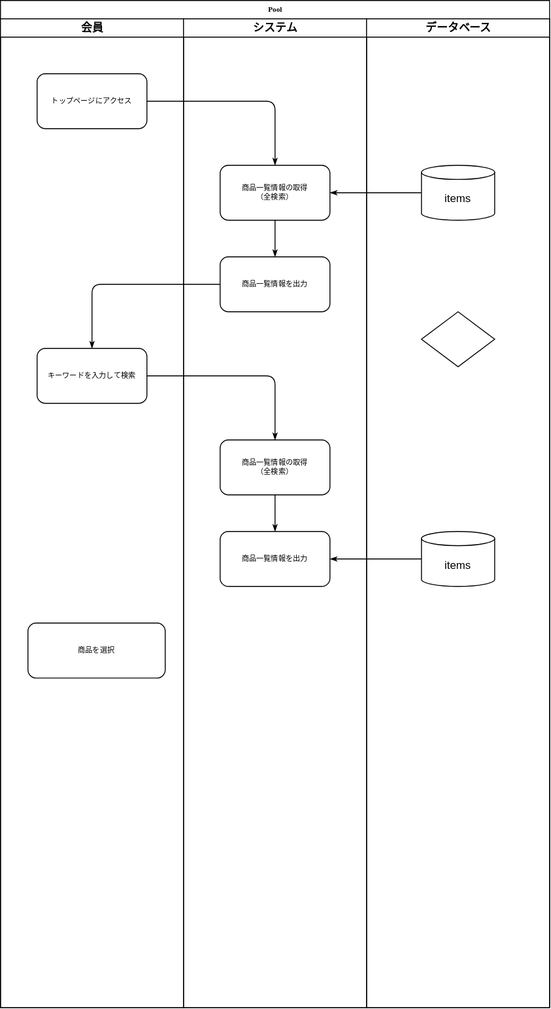
The draw.io diagram documents/30_内部設計/ログイン処理.svg in la-java-silicon-2021/shopping-doc, before a commit. Source tidied: cells renumbered, new cells last; positions are measured from the earlier drawing's top-left corner, leaving out a move shared by most shapes.
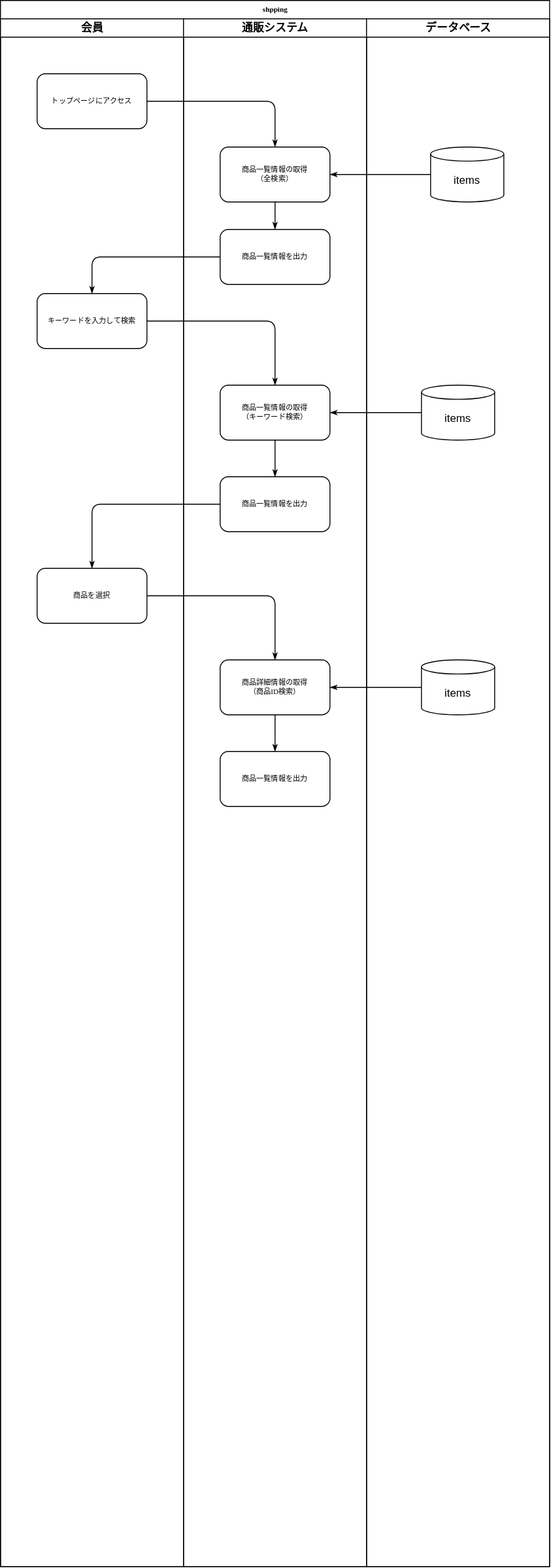
After the change.

Commit message:
ログイン処理.svg を更新します

The edit, as a diff of the source:
```diff
@@ -2,68 +2,86 @@
   <root>
     <mxCell id="0" />
     <mxCell id="1" parent="0" />
-    <mxCell id="2" value="Pool" style="swimlane;html=1;startSize=20;rounded=0;shadow=0;labelBackgroundColor=none;strokeWidth=1;fontFamily=Verdana;fontSize=8;align=center;" parent="1" vertex="1">
-      <mxGeometry width="600" height="1100" as="geometry" />
+    <mxCell id="2" value="shpping" style="swimlane;html=1;startSize=20;rounded=0;shadow=0;labelBackgroundColor=none;strokeWidth=1;fontFamily=Verdana;fontSize=8;align=center;" parent="1" vertex="1">
+      <mxGeometry width="600" height="1710" as="geometry" />
     </mxCell>
+    <mxCell id="7" style="edgeStyle=orthogonalEdgeStyle;rounded=1;html=1;labelBackgroundColor=none;startArrow=none;startFill=0;startSize=5;endArrow=classicThin;endFill=1;endSize=5;jettySize=auto;strokeWidth=1;fontFamily=Verdana;fontSize=8;entryX=0.5;entryY=0;entryDx=0;entryDy=0;exitX=1;exitY=0.5;exitDx=0;exitDy=0;" parent="2" edge="1" source="4" target="10">
+      <mxGeometry relative="1" as="geometry" />
+    </mxCell>
+    <mxCell id="8" style="edgeStyle=orthogonalEdgeStyle;rounded=1;html=1;labelBackgroundColor=none;startArrow=none;startFill=0;startSize=5;endArrow=classicThin;endFill=1;endSize=5;jettySize=auto;strokeWidth=1;fontFamily=Verdana;fontSize=8;" parent="2" edge="1" source="18" target="10">
+      <mxGeometry relative="1" as="geometry" />
+    </mxCell>
     <mxCell id="3" value="会員" style="swimlane;html=1;startSize=20;" parent="2" vertex="1">
-      <mxGeometry y="20" width="200" height="1080" as="geometry" />
+      <mxGeometry y="20" width="200" height="1690" as="geometry" />
     </mxCell>
     <mxCell id="4" value="トップページにアクセス" style="rounded=1;whiteSpace=wrap;html=1;shadow=0;labelBackgroundColor=none;strokeWidth=1;fontFamily=Verdana;fontSize=8;align=center;" parent="3" vertex="1">
       <mxGeometry x="40" y="60" width="120" height="60" as="geometry" />
     </mxCell>
     <mxCell id="5" value="キーワードを入力して検索" style="rounded=1;whiteSpace=wrap;html=1;shadow=0;labelBackgroundColor=none;strokeWidth=1;fontFamily=Verdana;fontSize=8;align=center;" parent="3" vertex="1">
-      <mxGeometry x="40" y="360" width="120" height="60" as="geometry" />
+      <mxGeometry x="40" y="300" width="120" height="60" as="geometry" />
     </mxCell>
     <mxCell id="6" value="商品を選択" style="rounded=1;whiteSpace=wrap;html=1;shadow=0;labelBackgroundColor=none;strokeWidth=1;fontFamily=Verdana;fontSize=8;align=center;" parent="3" vertex="1">
-      <mxGeometry x="30" y="660" width="150" height="60" as="geometry" />
+      <mxGeometry x="40" y="600" width="120" height="60" as="geometry" />
     </mxCell>
-    <mxCell id="7" style="edgeStyle=orthogonalEdgeStyle;rounded=1;html=1;labelBackgroundColor=none;startArrow=none;startFill=0;startSize=5;endArrow=classicThin;endFill=1;endSize=5;jettySize=auto;strokeWidth=1;fontFamily=Verdana;fontSize=8;entryX=0.5;entryY=0;entryDx=0;entryDy=0;exitX=1;exitY=0.5;exitDx=0;exitDy=0;" parent="2" edge="1" source="4" target="10">
-      <mxGeometry relative="1" as="geometry" />
-    </mxCell>
-    <mxCell id="8" style="edgeStyle=orthogonalEdgeStyle;rounded=1;html=1;labelBackgroundColor=none;startArrow=none;startFill=0;startSize=5;endArrow=classicThin;endFill=1;endSize=5;jettySize=auto;strokeWidth=1;fontFamily=Verdana;fontSize=8;" parent="2" edge="1" source="18" target="10">
-      <mxGeometry relative="1" as="geometry" />
-    </mxCell>
-    <mxCell id="9" value="システム" style="swimlane;html=1;startSize=20;" parent="2" vertex="1">
-      <mxGeometry x="200" y="20" width="200" height="1080" as="geometry" />
+    <mxCell id="9" value="通販システム" style="swimlane;html=1;startSize=20;" parent="2" vertex="1">
+      <mxGeometry x="200" y="20" width="200" height="1690" as="geometry" />
     </mxCell>
     <mxCell id="10" value="商品一覧情報の取得&lt;br&gt;（全検索）" style="rounded=1;whiteSpace=wrap;html=1;shadow=0;labelBackgroundColor=none;strokeWidth=1;fontFamily=Verdana;fontSize=8;align=center;" parent="9" vertex="1">
-      <mxGeometry x="40" y="160" width="120" height="60" as="geometry" />
+      <mxGeometry x="40" y="140" width="120" height="60" as="geometry" />
     </mxCell>
     <mxCell id="11" value="商品一覧情報を出力" style="rounded=1;whiteSpace=wrap;html=1;shadow=0;labelBackgroundColor=none;strokeWidth=1;fontFamily=Verdana;fontSize=8;align=center;" parent="9" vertex="1">
-      <mxGeometry x="40" y="260" width="120" height="60" as="geometry" />
+      <mxGeometry x="40" y="230" width="120" height="60" as="geometry" />
     </mxCell>
     <mxCell id="12" style="edgeStyle=orthogonalEdgeStyle;rounded=1;html=1;labelBackgroundColor=none;startArrow=none;startFill=0;startSize=5;endArrow=classicThin;endFill=1;endSize=5;jettySize=auto;strokeWidth=1;fontFamily=Verdana;fontSize=8;exitX=0.5;exitY=1;exitDx=0;exitDy=0;" parent="9" edge="1" source="10" target="11">
       <mxGeometry relative="1" as="geometry" />
     </mxCell>
-    <mxCell id="13" value="商品一覧情報の取得&lt;br&gt;（全検索）" style="rounded=1;whiteSpace=wrap;html=1;shadow=0;labelBackgroundColor=none;strokeWidth=1;fontFamily=Verdana;fontSize=8;align=center;" parent="9" vertex="1">
-      <mxGeometry x="40" y="460" width="120" height="60" as="geometry" />
+    <mxCell id="13" value="商品一覧情報の取得&lt;br&gt;（キーワード検索）" style="rounded=1;whiteSpace=wrap;html=1;shadow=0;labelBackgroundColor=none;strokeWidth=1;fontFamily=Verdana;fontSize=8;align=center;" parent="9" vertex="1">
+      <mxGeometry x="40" y="400" width="120" height="60" as="geometry" />
     </mxCell>
     <mxCell id="14" value="商品一覧情報を出力" style="rounded=1;whiteSpace=wrap;html=1;shadow=0;labelBackgroundColor=none;strokeWidth=1;fontFamily=Verdana;fontSize=8;align=center;" parent="9" vertex="1">
-      <mxGeometry x="40" y="560" width="120" height="60" as="geometry" />
+      <mxGeometry x="40" y="500" width="120" height="60" as="geometry" />
     </mxCell>
     <mxCell id="15" style="edgeStyle=orthogonalEdgeStyle;rounded=1;html=1;labelBackgroundColor=none;startArrow=none;startFill=0;startSize=5;endArrow=classicThin;endFill=1;endSize=5;jettySize=auto;strokeWidth=1;fontFamily=Verdana;fontSize=8;" parent="9" edge="1" source="13" target="14">
       <mxGeometry relative="1" as="geometry" />
     </mxCell>
+    <mxCell id="23" value="商品詳細情報の取得&lt;br&gt;（商品ID検索）" style="rounded=1;whiteSpace=wrap;html=1;shadow=0;labelBackgroundColor=none;strokeWidth=1;fontFamily=Verdana;fontSize=8;align=center;" parent="9" vertex="1">
+      <mxGeometry x="40" y="700" width="120" height="60" as="geometry" />
+    </mxCell>
+    <mxCell id="24" value="商品一覧情報を出力" style="rounded=1;whiteSpace=wrap;html=1;shadow=0;labelBackgroundColor=none;strokeWidth=1;fontFamily=Verdana;fontSize=8;align=center;" parent="9" vertex="1">
+      <mxGeometry x="40" y="800" width="120" height="60" as="geometry" />
+    </mxCell>
+    <mxCell id="25" style="edgeStyle=orthogonalEdgeStyle;rounded=1;html=1;labelBackgroundColor=none;startArrow=none;startFill=0;startSize=5;endArrow=classicThin;endFill=1;endSize=5;jettySize=auto;strokeWidth=1;fontFamily=Verdana;fontSize=8;exitX=0.5;exitY=1;exitDx=0;exitDy=0;" parent="9" edge="1" source="23" target="24">
+      <mxGeometry relative="1" as="geometry" />
+    </mxCell>
     <mxCell id="16" value="データベース" style="swimlane;html=1;startSize=20;" parent="2" vertex="1">
-      <mxGeometry x="400" y="20" width="200" height="1080" as="geometry" />
+      <mxGeometry x="400" y="20" width="200" height="1690" as="geometry" />
     </mxCell>
-    <mxCell id="17" style="rhombus;whiteSpace=wrap;html=1;rounded=0;shadow=0;labelBackgroundColor=none;strokeWidth=1;fontFamily=Verdana;fontSize=8;align=center;" parent="16" vertex="1">
-      <mxGeometry x="60" y="320" width="80" height="60" as="geometry" />
-    </mxCell>
     <mxCell id="18" value="items" style="shape=cylinder3;whiteSpace=wrap;html=1;boundedLbl=1;backgroundOutline=1;size=7.724137931034477;" parent="16" vertex="1">
-      <mxGeometry x="60" y="160" width="80" height="60" as="geometry" />
+      <mxGeometry x="70" y="140" width="80" height="60" as="geometry" />
     </mxCell>
     <mxCell id="19" value="items" style="shape=cylinder3;whiteSpace=wrap;html=1;boundedLbl=1;backgroundOutline=1;size=7.724137931034477;" parent="16" vertex="1">
-      <mxGeometry x="60" y="560" width="80" height="60" as="geometry" />
+      <mxGeometry x="60" y="400" width="80" height="60" as="geometry" />
     </mxCell>
+    <mxCell id="26" value="items" style="shape=cylinder3;whiteSpace=wrap;html=1;boundedLbl=1;backgroundOutline=1;size=7.724137931034477;" parent="16" vertex="1">
+      <mxGeometry x="60" y="700" width="80" height="60" as="geometry" />
+    </mxCell>
     <mxCell id="20" style="edgeStyle=orthogonalEdgeStyle;rounded=1;html=1;labelBackgroundColor=none;startArrow=none;startFill=0;startSize=5;endArrow=classicThin;endFill=1;endSize=5;jettySize=auto;strokeWidth=1;fontFamily=Verdana;fontSize=8;" parent="2" edge="1" source="11" target="5">
       <mxGeometry relative="1" as="geometry" />
     </mxCell>
-    <mxCell id="21" style="edgeStyle=orthogonalEdgeStyle;rounded=1;html=1;labelBackgroundColor=none;startArrow=none;startFill=0;startSize=5;endArrow=classicThin;endFill=1;endSize=5;jettySize=auto;strokeWidth=1;fontFamily=Verdana;fontSize=8;" parent="2" edge="1" source="19" target="14">
+    <mxCell id="21" style="edgeStyle=orthogonalEdgeStyle;rounded=1;html=1;labelBackgroundColor=none;startArrow=none;startFill=0;startSize=5;endArrow=classicThin;endFill=1;endSize=5;jettySize=auto;strokeWidth=1;fontFamily=Verdana;fontSize=8;entryX=1;entryY=0.5;entryDx=0;entryDy=0;" parent="2" edge="1" source="19" target="13">
       <mxGeometry relative="1" as="geometry" />
     </mxCell>
     <mxCell id="22" style="edgeStyle=orthogonalEdgeStyle;rounded=1;html=1;labelBackgroundColor=none;startArrow=none;startFill=0;startSize=5;endArrow=classicThin;endFill=1;endSize=5;jettySize=auto;strokeWidth=1;fontFamily=Verdana;fontSize=8;" parent="2" edge="1" source="5" target="13">
       <mxGeometry relative="1" as="geometry" />
     </mxCell>
+    <mxCell id="27" style="edgeStyle=orthogonalEdgeStyle;rounded=1;html=1;labelBackgroundColor=none;startArrow=none;startFill=0;startSize=5;endArrow=classicThin;endFill=1;endSize=5;jettySize=auto;strokeWidth=1;fontFamily=Verdana;fontSize=8;entryX=0.5;entryY=0;entryDx=0;entryDy=0;" parent="2" edge="1" source="14" target="6">
+      <mxGeometry relative="1" as="geometry" />
+    </mxCell>
+    <mxCell id="28" style="edgeStyle=orthogonalEdgeStyle;rounded=1;html=1;labelBackgroundColor=none;startArrow=none;startFill=0;startSize=5;endArrow=classicThin;endFill=1;endSize=5;jettySize=auto;strokeWidth=1;fontFamily=Verdana;fontSize=8;" parent="2" edge="1" source="6" target="23">
+      <mxGeometry relative="1" as="geometry" />
+    </mxCell>
+    <mxCell id="29" style="edgeStyle=orthogonalEdgeStyle;rounded=1;html=1;labelBackgroundColor=none;startArrow=none;startFill=0;startSize=5;endArrow=classicThin;endFill=1;endSize=5;jettySize=auto;strokeWidth=1;fontFamily=Verdana;fontSize=8;" parent="2" edge="1" source="26" target="23">
+      <mxGeometry relative="1" as="geometry" />
+    </mxCell>
   </root>
 </mxGraphModel>
```
